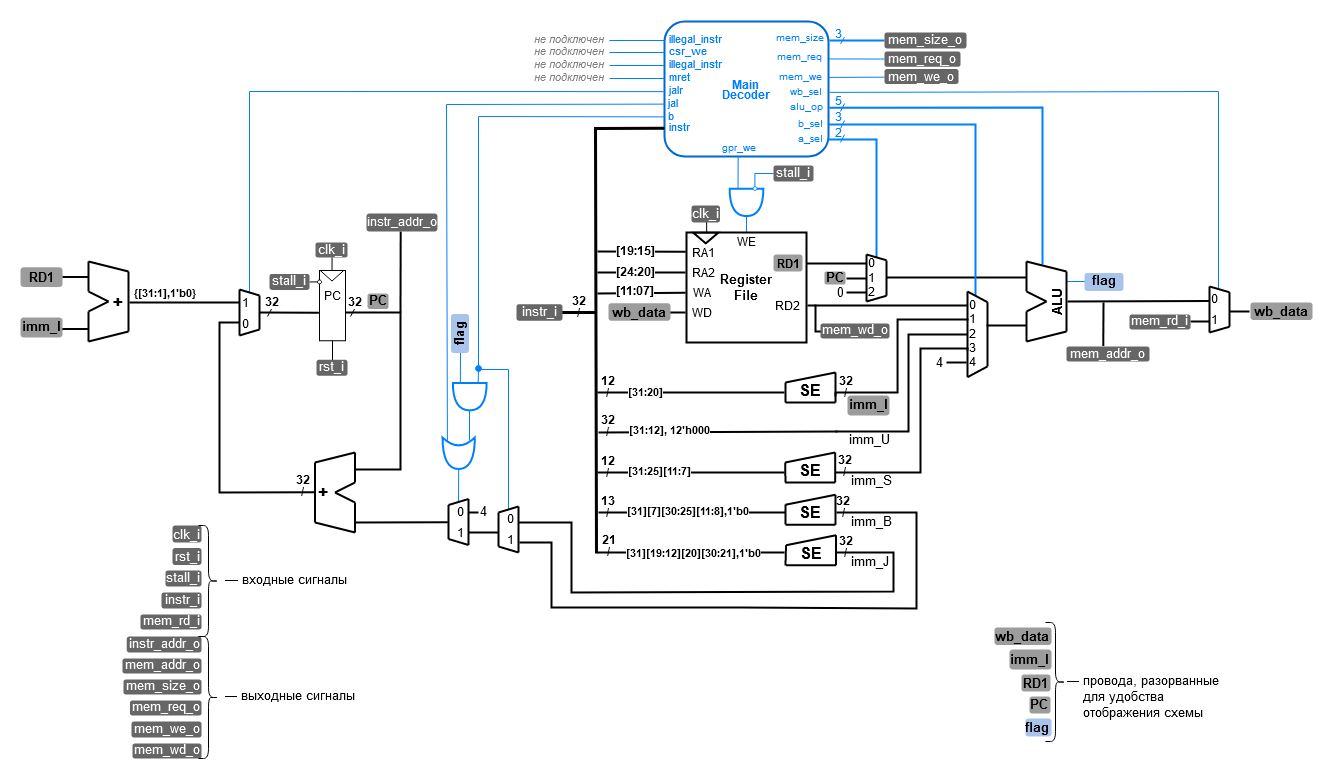
Before: .pic/Labs/lab_06_dp/fig_01.drawio.png, a diagram exported from draw.io (MPSU/APS). Source tidied: cells renumbered, new cells last; positions are measured from the earlier drawing's top-left corner, leaving out a move shared by most shapes.
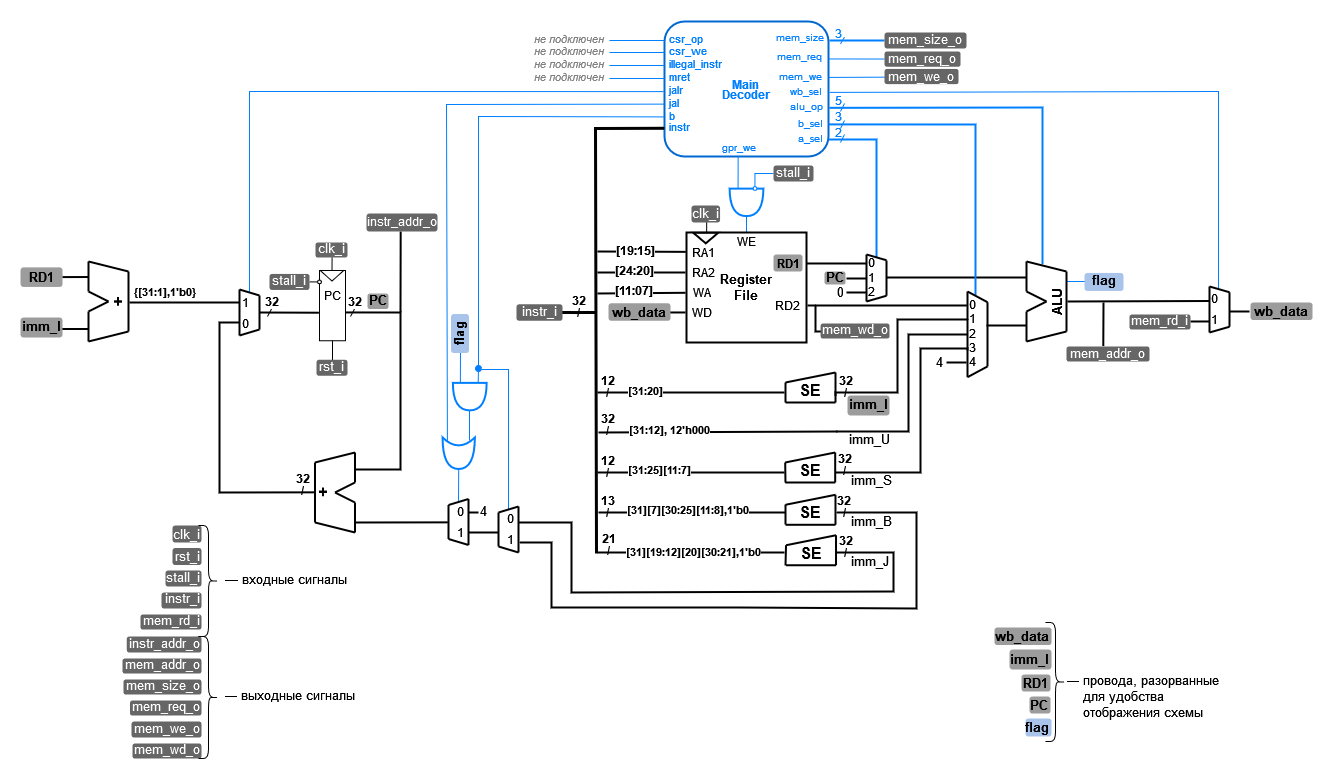
Later version of the same file.

Commit message:
ЛР6. Исправление схемы

Один из выходных сигналов декодера имел неверное имя.

The edit, as a diff of the source:
```diff
@@ -1239,7 +1239,7 @@
     <mxCell id="262" value="&lt;font style=&quot;font-size: 11px;&quot;&gt;&amp;nbsp;csr_we&lt;/font&gt;" style="text;html=1;strokeColor=none;fillColor=none;align=left;verticalAlign=middle;whiteSpace=wrap;rounded=0;fontSize=9;fontColor=#007FFF;comic=0;jiggle=0.5;" parent="1" vertex="1">
       <mxGeometry x="644" y="24" width="61" height="10" as="geometry" />
     </mxCell>
-    <mxCell id="263" value="&lt;font style=&quot;font-size: 11px;&quot;&gt;&amp;nbsp;illegal_instr&lt;/font&gt;" style="text;html=1;strokeColor=none;fillColor=none;align=left;verticalAlign=middle;whiteSpace=wrap;rounded=0;fontSize=9;fontColor=#007FFF;comic=0;jiggle=0.5;" parent="1" vertex="1">
+    <mxCell id="263" value="&lt;font style=&quot;font-size: 11px;&quot;&gt;&amp;nbsp;csr_op&lt;/font&gt;" style="text;html=1;strokeColor=none;fillColor=none;align=left;verticalAlign=middle;whiteSpace=wrap;rounded=0;fontSize=9;fontColor=#007FFF;comic=0;jiggle=0.5;" parent="1" vertex="1">
       <mxGeometry x="644" y="12" width="61" height="10" as="geometry" />
     </mxCell>
     <mxCell id="264" value="&lt;font style=&quot;font-size: 11px;&quot;&gt;jalr&lt;/font&gt;" style="text;html=1;strokeColor=none;fillColor=none;align=left;verticalAlign=middle;whiteSpace=wrap;rounded=0;fontSize=9;fontColor=#007FFF;comic=0;jiggle=0.5;" parent="1" vertex="1">
```
